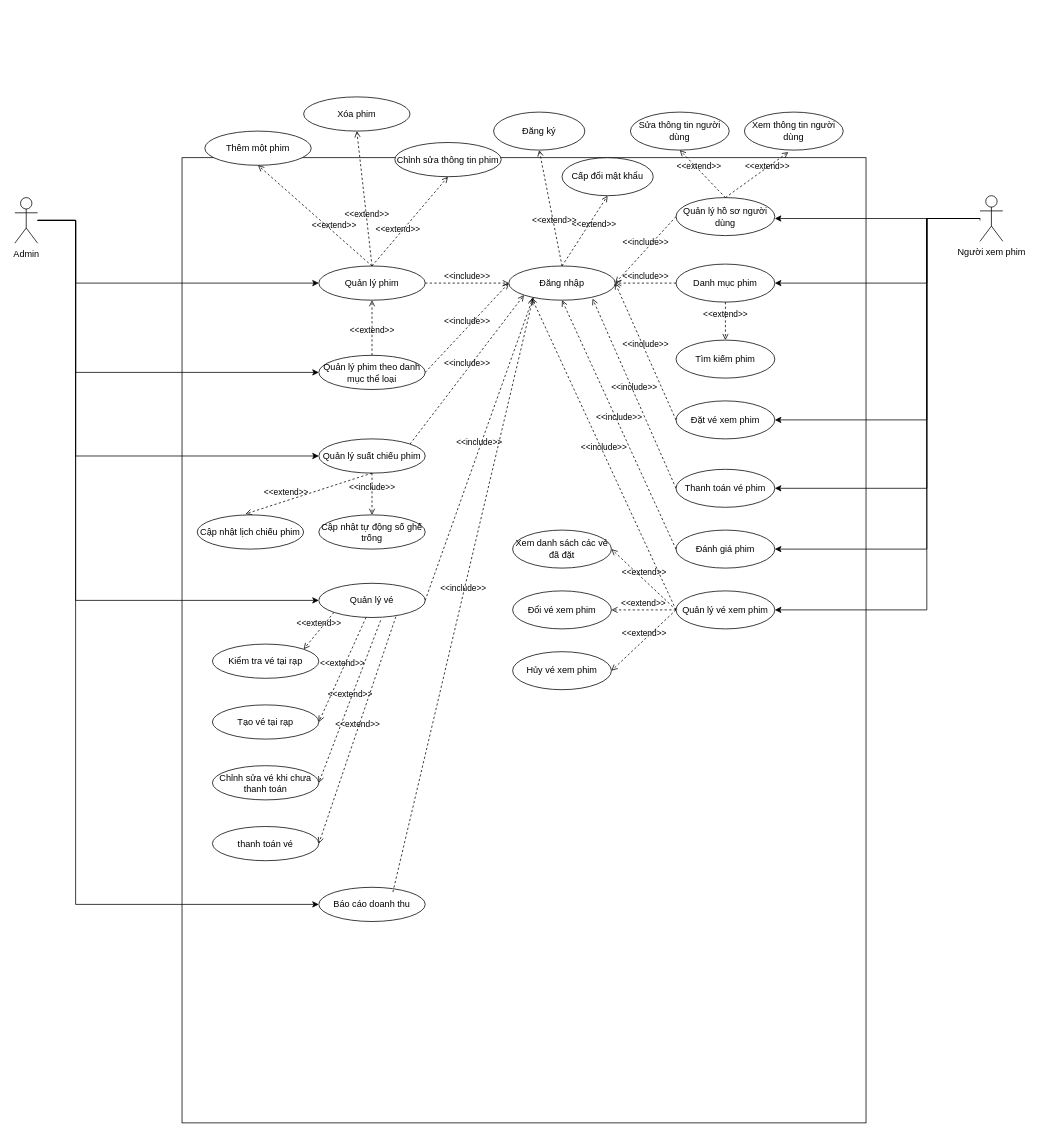
This is report/diagram/usecase.drawio from huukha04/CO3103_ass, a draw.io file, before an edit. Source tidied: cells renumbered, new cells numbered last; positions are measured from the earlier drawing's top-left corner, leaving out a move shared by most shapes. Both pictures are drawn from the tidied source at 76%, with x=0, y=0 at pixel (14, 97).
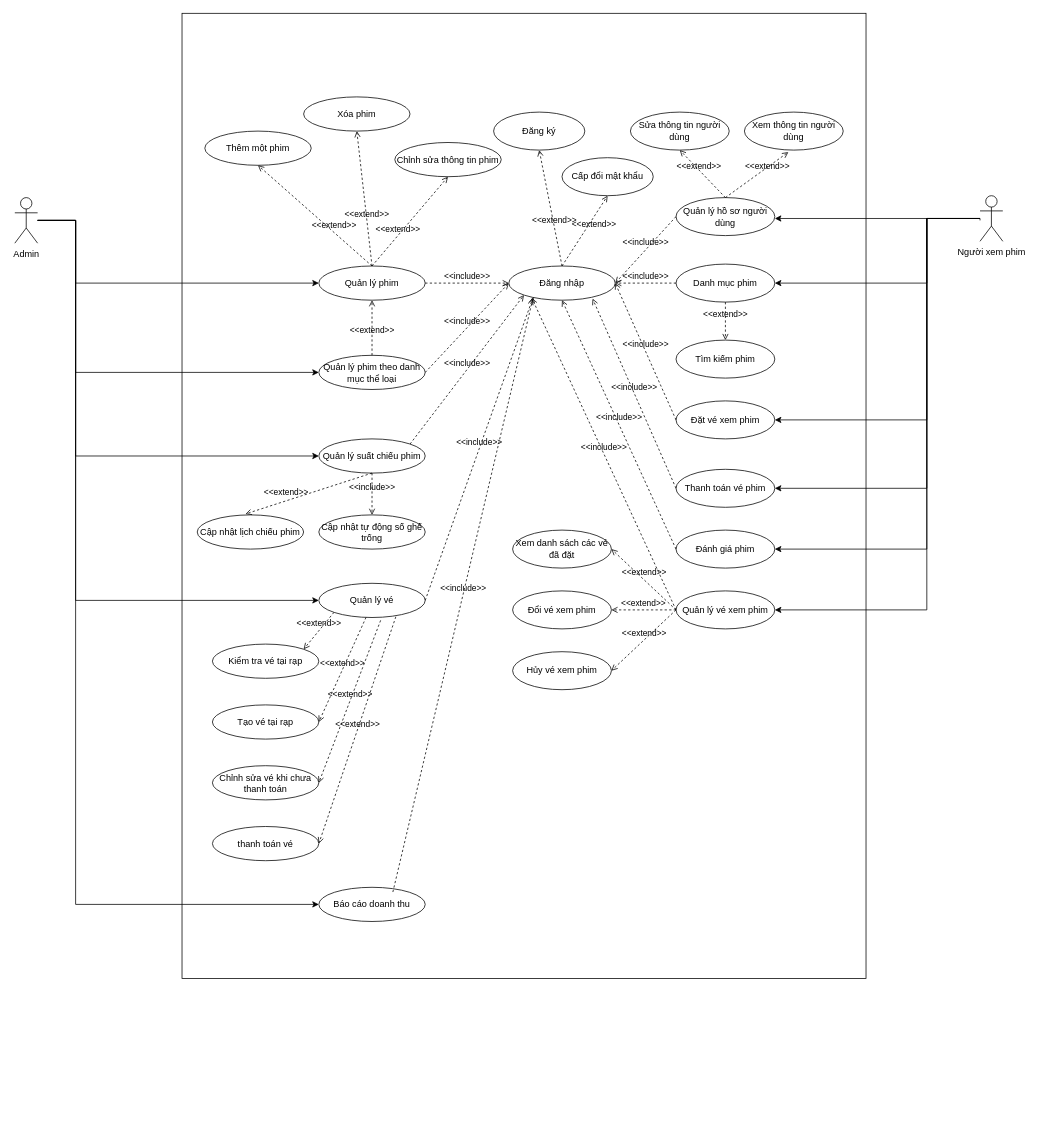
Above is the later version.

What changed in the source:
```diff
@@
-    <mxCell id="2" style="rounded=0;whiteSpace=wrap;html=1;" parent="1" vertex="1">
-      <mxGeometry x="220" y="80" width="900" height="1270" as="geometry" />
+    <mxCell id="2" style="rounded=0;whiteSpace=wrap;html=1;labelBackgroundColor=none;" parent="1" vertex="1">
+      <mxGeometry x="220" y="-110" width="900" height="1270" as="geometry" />
     </mxCell>
```
